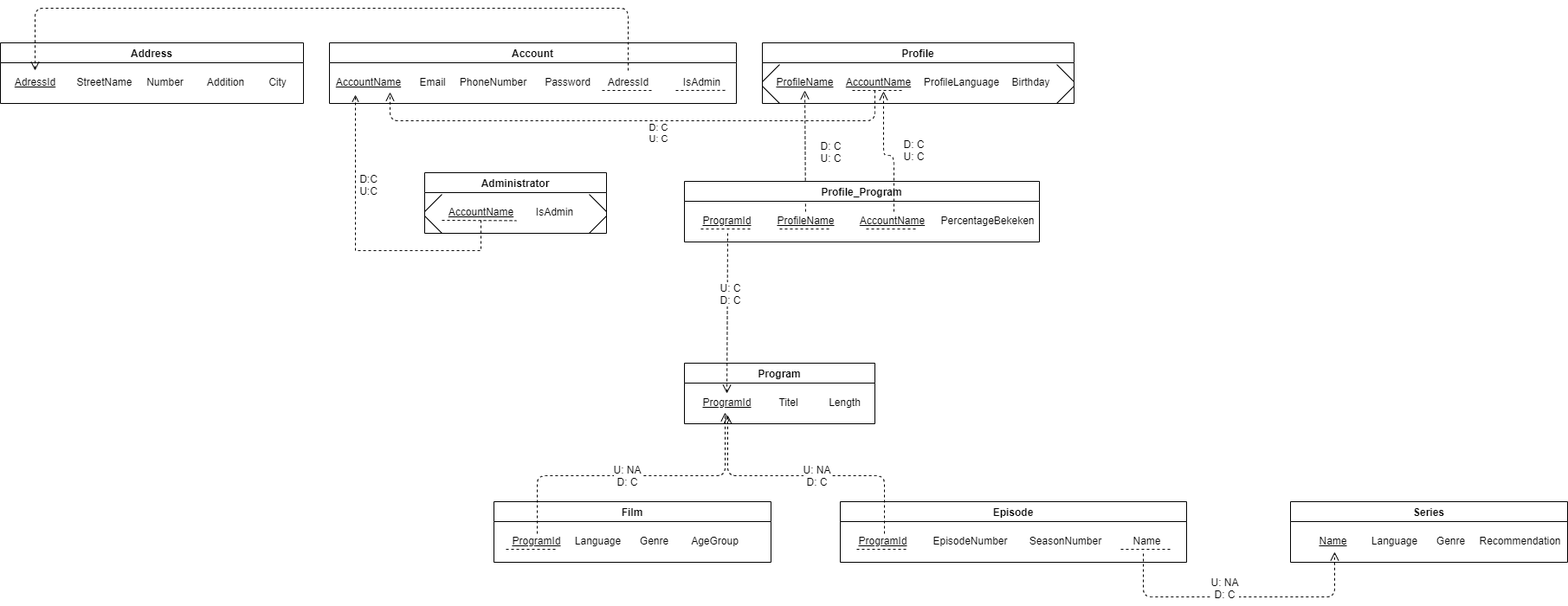
Earlier version of the draw.io export bijlages/Relationeel Model.PNG (JobHaast/NetflixStatisticsEindopdrachtPro2RelDate2). Source tidied: cells renumbered, new cells last; positions are measured from the earlier drawing's top-left corner, leaving out a move shared by most shapes.
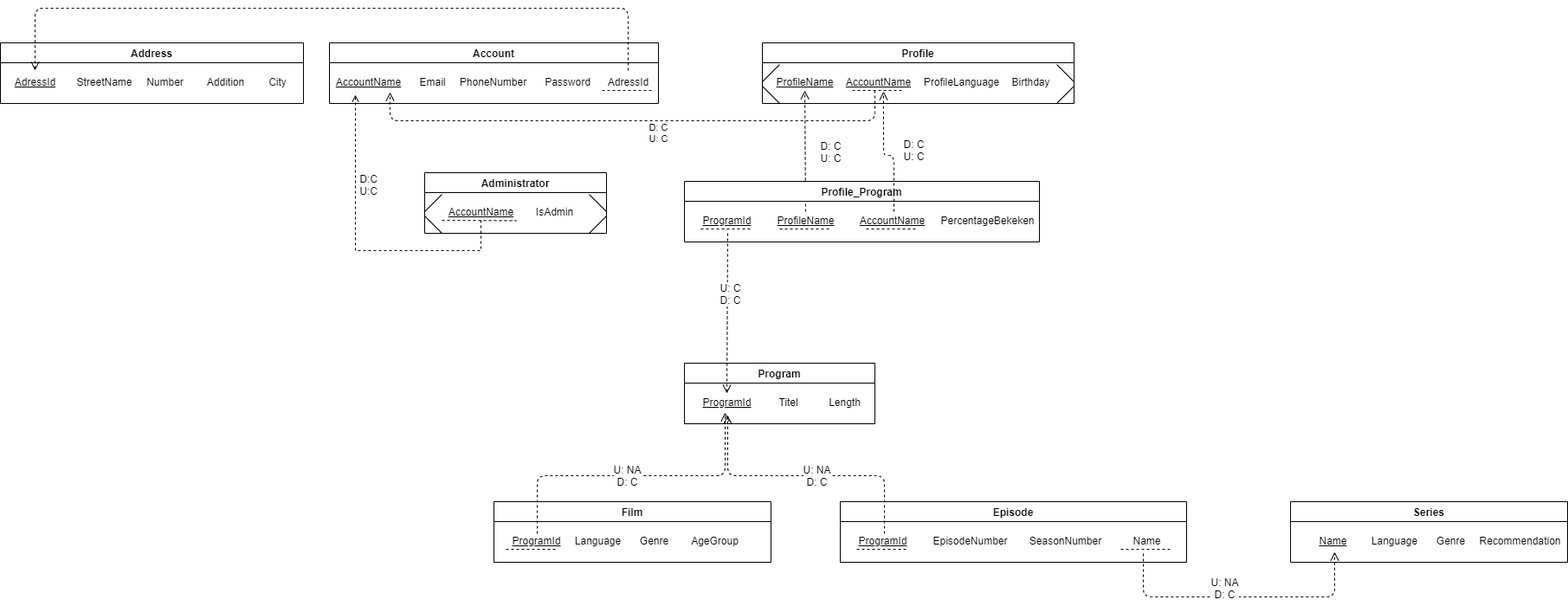
After the commit.

Commit message:
renaming packages no capitals. (Error GUIScenes packages name change)

What changed in the source:
```diff
@@ -21,7 +21,7 @@
       <mxGeometry x="10" y="35" width="60" height="20" as="geometry" />
     </mxCell>
     <mxCell id="8" value="Account" style="swimlane;" parent="1" vertex="1">
-      <mxGeometry x="380" y="40" width="470" height="70" as="geometry" />
+      <mxGeometry x="380" y="40" width="380" height="70" as="geometry" />
     </mxCell>
     <mxCell id="9" value="&lt;u&gt;AccountName&lt;/u&gt;" style="text;html=1;align=center;verticalAlign=middle;" parent="8" vertex="1">
       <mxGeometry y="35" width="90" height="20" as="geometry" />
@@ -44,14 +44,6 @@
         <mxPoint x="375" y="55" as="targetPoint" />
       </mxGeometry>
     </mxCell>
-    <mxCell id="15" value="IsAdmin" style="text;html=1;align=center;verticalAlign=middle;points=[];" parent="8" vertex="1">
-      <mxGeometry x="400" y="35" width="60" height="20" as="geometry" />
-    </mxCell>
-    <mxCell id="16" style="endArrow=none;dashed=1;html=1;entryX=0.97;entryY=0.994;entryDx=0;entryDy=0;entryPerimeter=0;" parent="8" edge="1" target="15">
-      <mxGeometry relative="1" as="geometry">
-        <mxPoint x="400" y="55" as="sourcePoint" />
-      </mxGeometry>
-    </mxCell>
     <mxCell id="17" style="html=1;verticalAlign=bottom;endArrow=open;dashed=1;endSize=8;exitX=0.5;exitY=-0.15;exitDx=0;exitDy=0;exitPerimeter=0;" parent="1" edge="1" source="13">
       <mxGeometry relative="1" as="geometry">
         <mxPoint x="40" y="72" as="targetPoint" />
```
